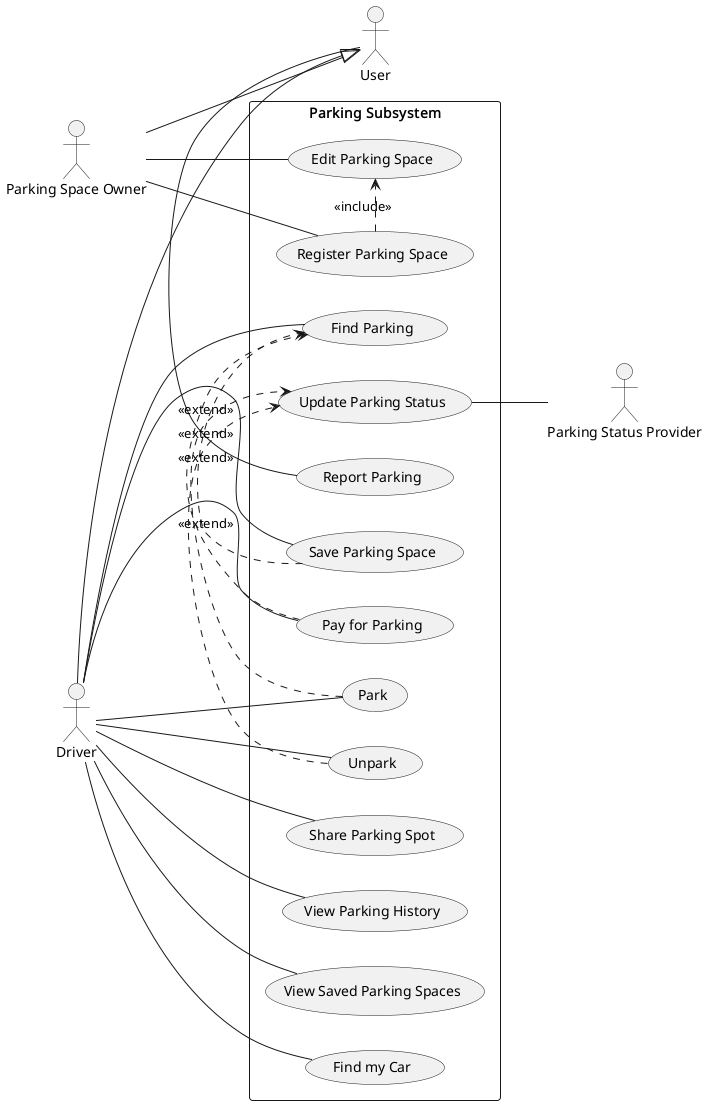
Above: images/use-cases-parking.png in YannisRavasopoulos/ProjectSD_S6 (PlantUML), before the change. Source of this version:
```plantuml
@startuml

actor "User"
actor "Driver"
actor "Parking Space Owner"
actor "Parking Status Provider"

"Driver" --|> "User"
"Parking Space Owner" --|> "User"

left to right direction

rectangle "Parking Subsystem" {
    usecase "Report Parking"
    usecase "Update Parking Status"
    usecase "Park"
    usecase "Unpark"
    usecase "Find Parking"
    usecase "Register Parking Space"
    usecase "Edit Parking Space"
    usecase "Share Parking Spot"
    usecase "View Parking History"
    usecase "View Saved Parking Spaces"
    usecase "Save Parking Space"
    usecase "Pay for Parking"
    usecase "Find my Car"
}

"User" -- "Report Parking"

"Update Parking Status" -- "Parking Status Provider"

"Driver" -- "View Saved Parking Spaces"
"Driver" -- "Save Parking Space"
"Driver" -- "View Parking History"
"Driver" -- "Share Parking Spot"
"Driver" -- "Find Parking"
"Driver" -- "Park"
"Driver" -- "Unpark"
"Driver" -- "Pay for Parking"
"Driver" -- "Find my Car"

"Parking Space Owner" -- "Register Parking Space"
"Parking Space Owner" -- "Edit Parking Space"

"Save Parking Space" .> "Find Parking": <<extend>>
"Pay for Parking" .> "Find Parking": <<extend>>

"Park" .> "Update Parking Status": <<extend>>
"Unpark" .> "Update Parking Status": <<extend>>

"Register Parking Space" .> "Edit Parking Space": <<include>>

@enduml
```
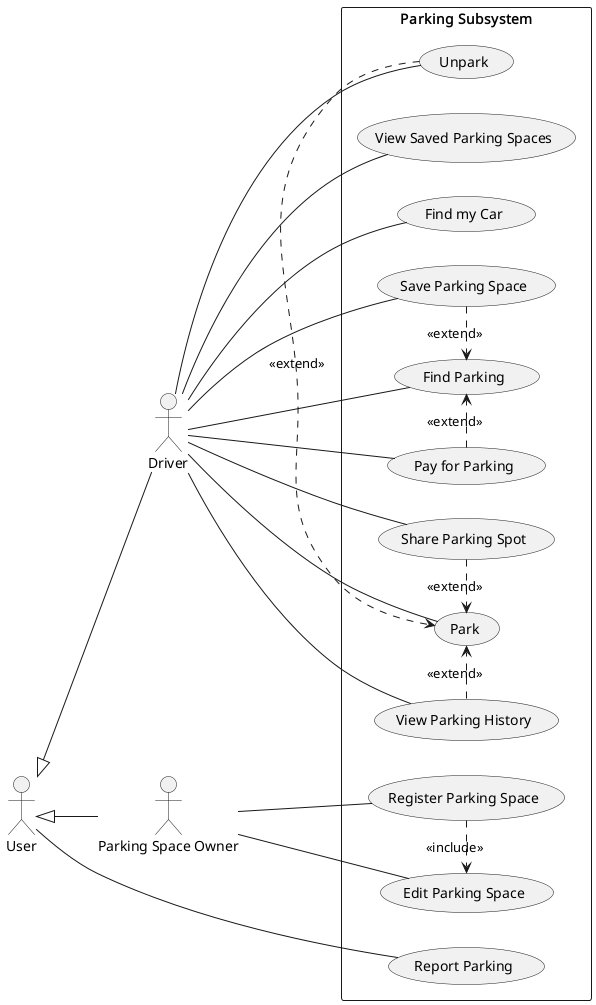
After the change.

Commit message:
Update use-cases

The edit, as a diff of the source:
```diff
@@ -3,16 +3,14 @@
 actor "User"
 actor "Driver"
 actor "Parking Space Owner"
-actor "Parking Status Provider"
 
-"Driver" --|> "User"
-"Parking Space Owner" --|> "User"
+"Driver" -up-|> "User"
+"Parking Space Owner" -up-|> "User"
 
 left to right direction
 
 rectangle "Parking Subsystem" {
     usecase "Report Parking"
-    usecase "Update Parking Status"
     usecase "Park"
     usecase "Unpark"
     usecase "Find Parking"
@@ -27,8 +25,6 @@
 }
 
 "User" -- "Report Parking"
-
-"Update Parking Status" -- "Parking Status Provider"
 
 "Driver" -- "View Saved Parking Spaces"
 "Driver" -- "Save Parking Space"
@@ -46,8 +42,9 @@
 "Save Parking Space" .> "Find Parking": <<extend>>
 "Pay for Parking" .> "Find Parking": <<extend>>
 
-"Park" .> "Update Parking Status": <<extend>>
-"Unpark" .> "Update Parking Status": <<extend>>
+"Share Parking Spot" .> "Park": <<extend>>
+"View Parking History" .> "Park": <<extend>>
+"Unpark" .> "Park": <<extend>>
 
 "Register Parking Space" .> "Edit Parking Space": <<include>>
 
```
